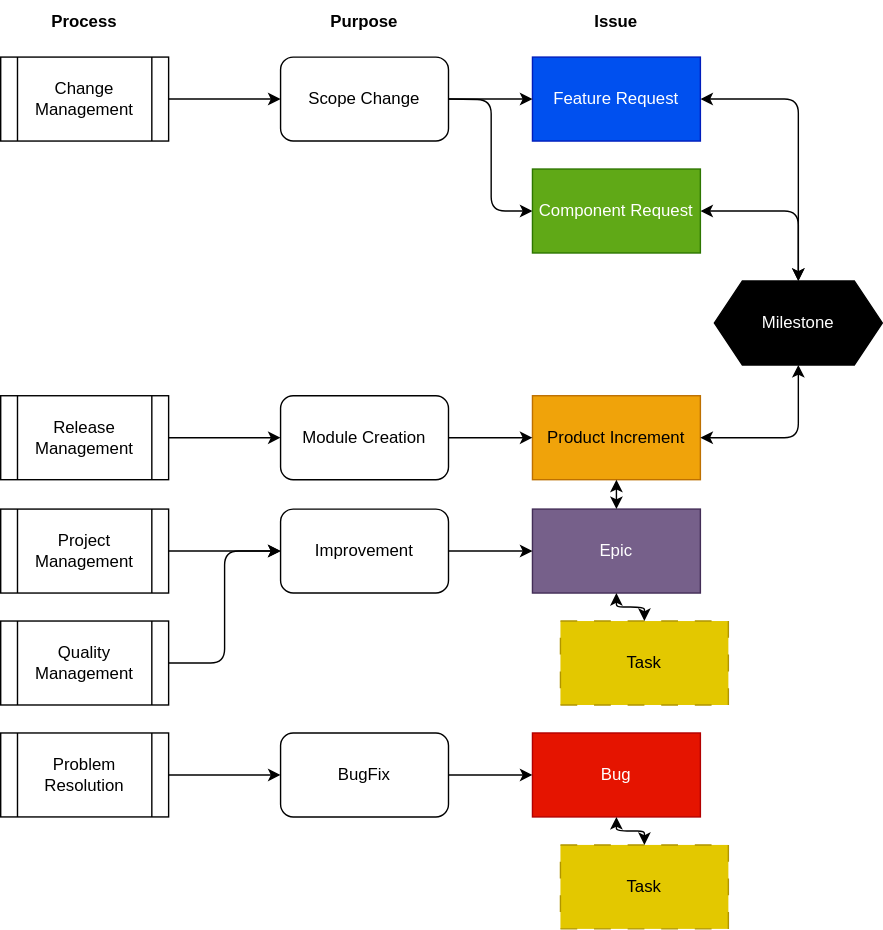
The draw.io diagram docs/platform_management_plan/_assets/score_project_management_process_issue_overview.drawio.svg in eclipse-score/score, before a commit. Source tidied: cells renumbered, new cells last; positions are measured from the earlier drawing's top-left corner, leaving out a move shared by most shapes.
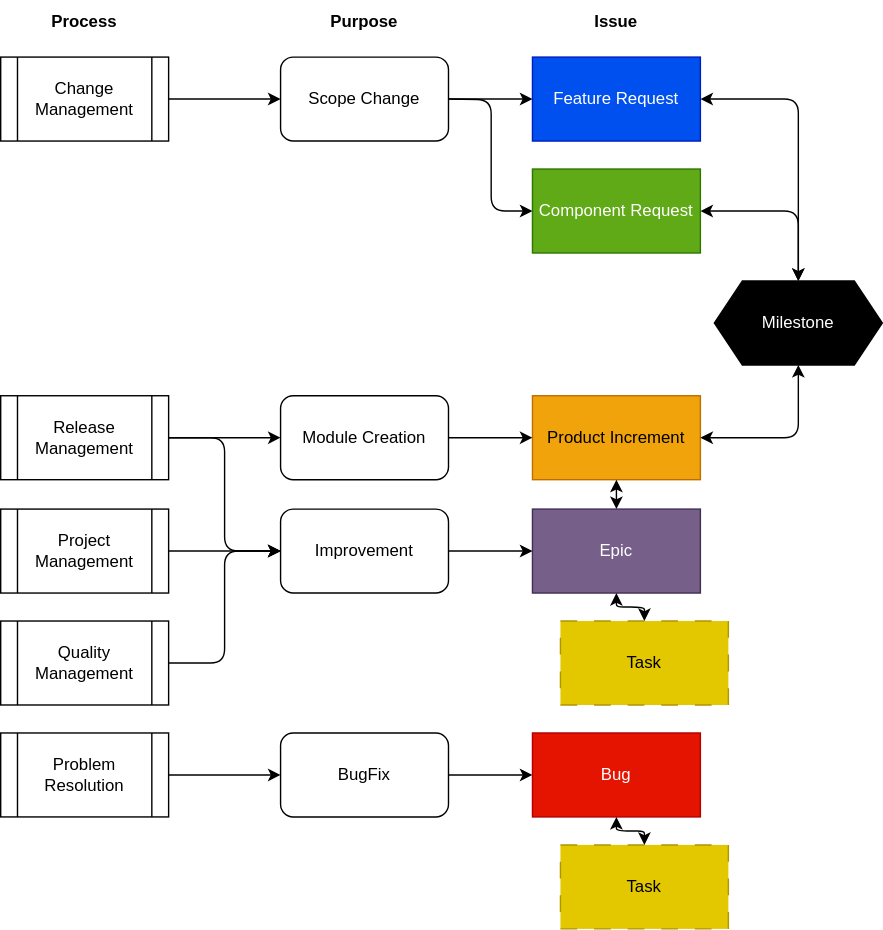
After the commit.

Diff of the diagram source:
```diff
@@ -112,5 +112,8 @@
     <mxCell id="37" style="endArrow=classic;startArrow=classic;html=1;entryX=1;entryY=0.5;entryDx=0;entryDy=0;exitX=0.5;exitY=0;exitDx=0;exitDy=0;edgeStyle=orthogonalEdgeStyle;" parent="1" edge="1" source="33" target="12">
       <mxGeometry relative="1" as="geometry" />
     </mxCell>
+    <mxCell id="38" style="endArrow=classic;html=1;entryX=0;entryY=0.5;entryDx=0;entryDy=0;edgeStyle=orthogonalEdgeStyle;exitX=1;exitY=0.5;exitDx=0;exitDy=0;" parent="1" edge="1" source="25" target="7">
+      <mxGeometry relative="1" as="geometry" />
+    </mxCell>
   </root>
 </mxGraphModel>
```
